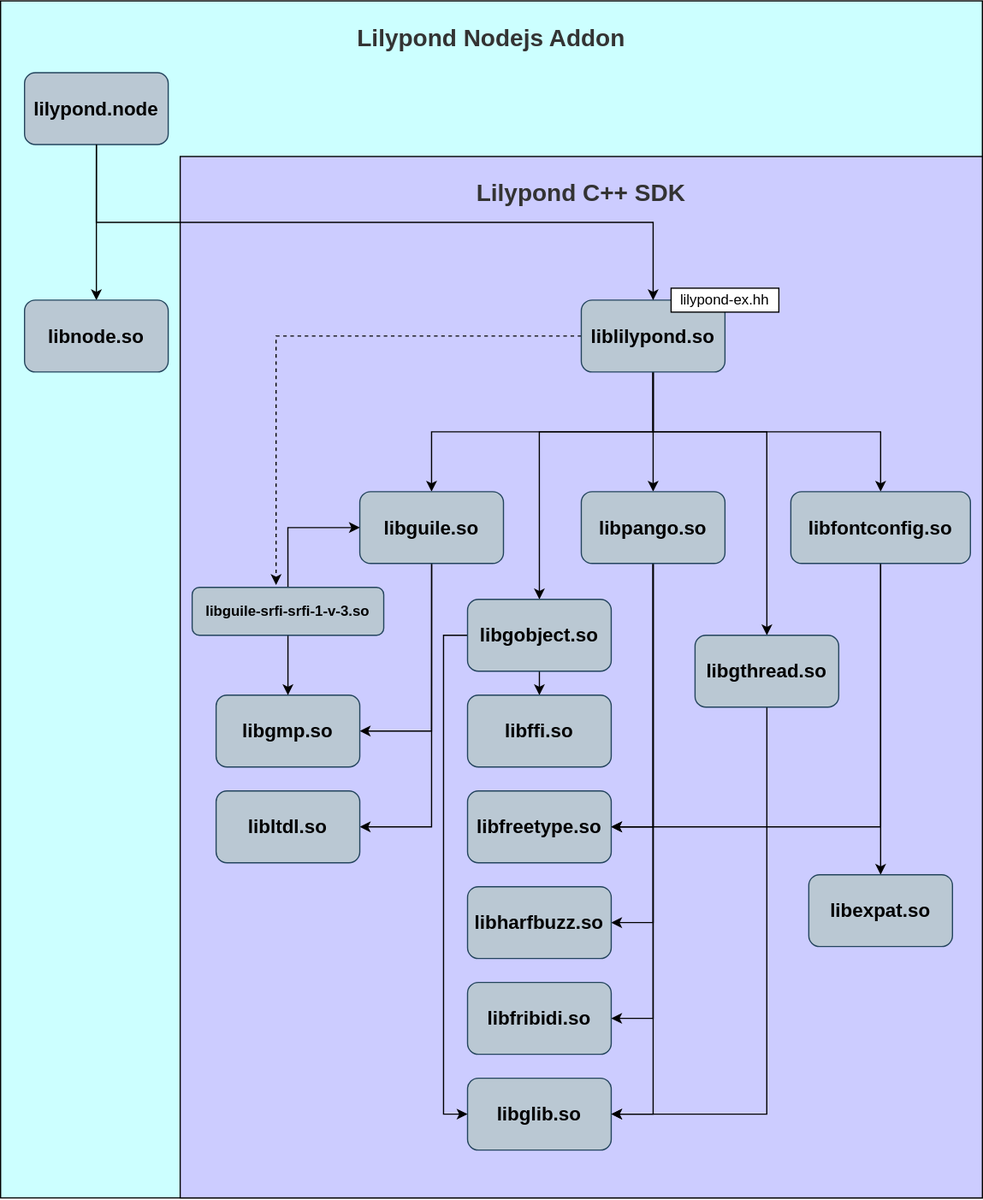
yifan-guo/lilypond-android keeps this draw.io diagram as readme/android-modules.drawio.svg. Above is the earlier version. Source tidied: cells renumbered, new cells last; positions are measured from the earlier drawing's top-left corner, leaving out a move shared by most shapes. The source it was exported from:
```xml
<mxGraphModel>
  <root>
    <mxCell id="0" />
    <mxCell id="1" parent="0" />
    <mxCell id="2" style="rounded=0;whiteSpace=wrap;html=1;fillColor=#CCFFFF;" parent="1" vertex="1">
      <mxGeometry width="820" height="1000" as="geometry" />
    </mxCell>
    <mxCell id="3" style="rounded=0;whiteSpace=wrap;html=1;fillColor=#CCCCFF;" parent="1" vertex="1">
      <mxGeometry x="150" y="130" width="670" height="870" as="geometry" />
    </mxCell>
    <mxCell id="4" style="edgeStyle=orthogonalEdgeStyle;rounded=0;jettySize=auto;html=1;exitX=0.5;exitY=1;exitDx=0;exitDy=0;entryX=0.5;entryY=0;entryDx=0;entryDy=0;strokeColor=#000000;" parent="1" edge="1" source="5" target="31">
      <mxGeometry relative="1" as="geometry" />
    </mxCell>
    <mxCell id="5" value="&lt;font style=&quot;font-size: 16px&quot;&gt;lilypond.node&lt;/font&gt;" style="rounded=1;whiteSpace=wrap;html=1;fillColor=#bac8d3;strokeColor=#23445d;fontColor=#000000;fontStyle=1;" parent="1" vertex="1">
      <mxGeometry x="20" y="60" width="120" height="60" as="geometry" />
    </mxCell>
    <mxCell id="6" style="edgeStyle=orthogonalEdgeStyle;rounded=0;jettySize=auto;html=1;exitX=0.5;exitY=1;exitDx=0;exitDy=0;strokeColor=#000000;" parent="1" edge="1" source="12" target="15">
      <mxGeometry relative="1" as="geometry" />
    </mxCell>
    <mxCell id="7" style="edgeStyle=orthogonalEdgeStyle;rounded=0;jettySize=auto;html=1;exitX=0.5;exitY=1;exitDx=0;exitDy=0;entryX=0.5;entryY=0;entryDx=0;entryDy=0;strokeColor=#000000;" parent="1" edge="1" source="12" target="20">
      <mxGeometry relative="1" as="geometry" />
    </mxCell>
    <mxCell id="8" style="edgeStyle=orthogonalEdgeStyle;rounded=0;jettySize=auto;html=1;exitX=0.5;exitY=1;exitDx=0;exitDy=0;entryX=0.5;entryY=0;entryDx=0;entryDy=0;strokeColor=#000000;" parent="1" edge="1" source="12" target="29">
      <mxGeometry relative="1" as="geometry" />
    </mxCell>
    <mxCell id="9" style="edgeStyle=orthogonalEdgeStyle;rounded=0;jettySize=auto;html=1;exitX=0.5;exitY=1;exitDx=0;exitDy=0;entryX=0.5;entryY=0;entryDx=0;entryDy=0;strokeColor=#000000;" parent="1" edge="1" source="12" target="34">
      <mxGeometry relative="1" as="geometry">
        <Array as="points">
          <mxPoint x="545" y="360" />
          <mxPoint x="450" y="360" />
        </Array>
      </mxGeometry>
    </mxCell>
    <mxCell id="10" style="edgeStyle=orthogonalEdgeStyle;rounded=0;jettySize=auto;html=1;exitX=0;exitY=0.5;exitDx=0;exitDy=0;entryX=0.438;entryY=-0.05;entryDx=0;entryDy=0;jumpStyle=none;dashed=1;strokeOpacity=100;entryPerimeter=0;strokeColor=#000000;" parent="1" edge="1" source="12" target="38">
      <mxGeometry relative="1" as="geometry" />
    </mxCell>
    <mxCell id="11" style="edgeStyle=orthogonalEdgeStyle;rounded=0;jumpStyle=none;jettySize=auto;html=1;exitX=0.5;exitY=1;exitDx=0;exitDy=0;entryX=0.5;entryY=0;entryDx=0;entryDy=0;strokeColor=#000000;" parent="1" edge="1" source="12" target="40">
      <mxGeometry relative="1" as="geometry">
        <Array as="points">
          <mxPoint x="545" y="360" />
          <mxPoint x="640" y="360" />
        </Array>
      </mxGeometry>
    </mxCell>
    <mxCell id="12" value="&lt;font style=&quot;font-size: 16px&quot;&gt;liblilypond.so&lt;br&gt;&lt;/font&gt;" style="rounded=1;whiteSpace=wrap;html=1;fillColor=#bac8d3;strokeColor=#23445d;fontColor=#000000;fontStyle=1;" parent="1" vertex="1">
      <mxGeometry x="485" y="250" width="120" height="60" as="geometry" />
    </mxCell>
    <mxCell id="13" style="edgeStyle=orthogonalEdgeStyle;rounded=0;jettySize=auto;html=1;exitX=0.5;exitY=1;exitDx=0;exitDy=0;entryX=1;entryY=0.5;entryDx=0;entryDy=0;strokeColor=#000000;" parent="1" edge="1" source="15" target="22">
      <mxGeometry relative="1" as="geometry" />
    </mxCell>
    <mxCell id="14" style="edgeStyle=orthogonalEdgeStyle;rounded=0;jettySize=auto;html=1;exitX=0.5;exitY=1;exitDx=0;exitDy=0;entryX=1;entryY=0.5;entryDx=0;entryDy=0;strokeColor=#000000;" parent="1" edge="1" source="15" target="23">
      <mxGeometry relative="1" as="geometry" />
    </mxCell>
    <mxCell id="15" value="&lt;font style=&quot;font-size: 16px&quot;&gt;libguile.so&lt;br&gt;&lt;/font&gt;" style="rounded=1;whiteSpace=wrap;html=1;fillColor=#bac8d3;strokeColor=#23445d;fontColor=#000000;fontStyle=1;" parent="1" vertex="1">
      <mxGeometry x="300" y="410" width="120" height="60" as="geometry" />
    </mxCell>
    <mxCell id="16" style="edgeStyle=orthogonalEdgeStyle;rounded=0;jettySize=auto;html=1;exitX=0.5;exitY=1;exitDx=0;exitDy=0;entryX=1;entryY=0.5;entryDx=0;entryDy=0;" parent="1" edge="1" source="20" target="24">
      <mxGeometry relative="1" as="geometry" />
    </mxCell>
    <mxCell id="17" style="edgeStyle=orthogonalEdgeStyle;rounded=0;jettySize=auto;html=1;exitX=0.5;exitY=1;exitDx=0;exitDy=0;entryX=1;entryY=0.5;entryDx=0;entryDy=0;strokeColor=#000000;" parent="1" edge="1" source="20" target="25">
      <mxGeometry relative="1" as="geometry" />
    </mxCell>
    <mxCell id="18" style="edgeStyle=orthogonalEdgeStyle;rounded=0;jettySize=auto;html=1;exitX=0.5;exitY=1;exitDx=0;exitDy=0;entryX=1;entryY=0.5;entryDx=0;entryDy=0;strokeColor=#000000;" parent="1" edge="1" source="20" target="26">
      <mxGeometry relative="1" as="geometry" />
    </mxCell>
    <mxCell id="19" style="edgeStyle=orthogonalEdgeStyle;rounded=0;jettySize=auto;html=1;exitX=0.5;exitY=1;exitDx=0;exitDy=0;entryX=1;entryY=0.5;entryDx=0;entryDy=0;strokeColor=#000000;" parent="1" edge="1" source="20" target="21">
      <mxGeometry relative="1" as="geometry" />
    </mxCell>
    <mxCell id="20" value="&lt;font style=&quot;font-size: 16px&quot;&gt;libpango.so&lt;br&gt;&lt;/font&gt;" style="rounded=1;whiteSpace=wrap;html=1;fillColor=#bac8d3;strokeColor=#23445d;fontColor=#000000;fontStyle=1;" parent="1" vertex="1">
      <mxGeometry x="485" y="410" width="120" height="60" as="geometry" />
    </mxCell>
    <mxCell id="21" value="&lt;font style=&quot;font-size: 16px&quot;&gt;libglib.so&lt;br&gt;&lt;/font&gt;" style="rounded=1;whiteSpace=wrap;html=1;fillColor=#bac8d3;strokeColor=#23445d;fontColor=#000000;fontStyle=1;" parent="1" vertex="1">
      <mxGeometry x="390" y="900" width="120" height="60" as="geometry" />
    </mxCell>
    <mxCell id="22" value="&lt;font style=&quot;font-size: 16px&quot;&gt;libgmp.so&lt;br&gt;&lt;/font&gt;" style="rounded=1;whiteSpace=wrap;html=1;fillColor=#bac8d3;strokeColor=#23445d;fontColor=#000000;fontStyle=1;" parent="1" vertex="1">
      <mxGeometry x="180" y="580" width="120" height="60" as="geometry" />
    </mxCell>
    <mxCell id="23" value="&lt;font style=&quot;font-size: 16px&quot;&gt;libltdl.so&lt;br&gt;&lt;/font&gt;" style="rounded=1;whiteSpace=wrap;html=1;fillColor=#bac8d3;strokeColor=#23445d;fontColor=#000000;fontStyle=1;" parent="1" vertex="1">
      <mxGeometry x="180" y="660" width="120" height="60" as="geometry" />
    </mxCell>
    <mxCell id="24" value="&lt;font style=&quot;font-size: 16px&quot;&gt;libfreetype.so&lt;br&gt;&lt;/font&gt;" style="rounded=1;whiteSpace=wrap;html=1;fillColor=#bac8d3;strokeColor=#23445d;fontColor=#000000;fontStyle=1;" parent="1" vertex="1">
      <mxGeometry x="390" y="660" width="120" height="60" as="geometry" />
    </mxCell>
    <mxCell id="25" value="&lt;font style=&quot;font-size: 16px&quot;&gt;libharfbuzz.so&lt;br&gt;&lt;/font&gt;" style="rounded=1;whiteSpace=wrap;html=1;fillColor=#bac8d3;strokeColor=#23445d;fontColor=#000000;fontStyle=1;" parent="1" vertex="1">
      <mxGeometry x="390" y="740" width="120" height="60" as="geometry" />
    </mxCell>
    <mxCell id="26" value="&lt;font style=&quot;font-size: 16px&quot;&gt;libfribidi.so&lt;br&gt;&lt;/font&gt;" style="rounded=1;whiteSpace=wrap;html=1;fillColor=#bac8d3;strokeColor=#23445d;fontColor=#000000;fontStyle=1;" parent="1" vertex="1">
      <mxGeometry x="390" y="820" width="120" height="60" as="geometry" />
    </mxCell>
    <mxCell id="27" style="edgeStyle=orthogonalEdgeStyle;rounded=0;jettySize=auto;html=1;exitX=0.5;exitY=1;exitDx=0;exitDy=0;entryX=0.5;entryY=0;entryDx=0;entryDy=0;strokeColor=#000000;" parent="1" edge="1" source="29" target="30">
      <mxGeometry relative="1" as="geometry" />
    </mxCell>
    <mxCell id="28" style="edgeStyle=orthogonalEdgeStyle;rounded=0;jettySize=auto;html=1;exitX=0.5;exitY=1;exitDx=0;exitDy=0;entryX=1;entryY=0.5;entryDx=0;entryDy=0;strokeColor=#000000;" parent="1" edge="1" source="29" target="24">
      <mxGeometry relative="1" as="geometry" />
    </mxCell>
    <mxCell id="29" value="&lt;font style=&quot;font-size: 16px&quot;&gt;libfontconfig.so&lt;br&gt;&lt;/font&gt;" style="rounded=1;whiteSpace=wrap;html=1;fillColor=#bac8d3;strokeColor=#23445d;fontColor=#000000;fontStyle=1;" parent="1" vertex="1">
      <mxGeometry x="660" y="410" width="150" height="60" as="geometry" />
    </mxCell>
    <mxCell id="30" value="&lt;font style=&quot;font-size: 16px&quot;&gt;libexpat.so&lt;br&gt;&lt;/font&gt;" style="rounded=1;whiteSpace=wrap;html=1;fillColor=#bac8d3;strokeColor=#23445d;fontColor=#000000;fontStyle=1;" parent="1" vertex="1">
      <mxGeometry x="675" y="730" width="120" height="60" as="geometry" />
    </mxCell>
    <mxCell id="31" value="&lt;font style=&quot;font-size: 16px&quot;&gt;libnode.so&lt;/font&gt;" style="rounded=1;whiteSpace=wrap;html=1;fillColor=#bac8d3;strokeColor=#23445d;fontColor=#000000;fontStyle=1;" parent="1" vertex="1">
      <mxGeometry x="20" y="250" width="120" height="60" as="geometry" />
    </mxCell>
    <mxCell id="32" style="edgeStyle=orthogonalEdgeStyle;rounded=0;jettySize=auto;html=1;exitX=0;exitY=0.5;exitDx=0;exitDy=0;entryX=0;entryY=0.5;entryDx=0;entryDy=0;strokeColor=#000000;" parent="1" edge="1" source="34" target="21">
      <mxGeometry relative="1" as="geometry" />
    </mxCell>
    <mxCell id="33" style="edgeStyle=orthogonalEdgeStyle;rounded=0;jumpStyle=none;jettySize=auto;html=1;exitX=0.5;exitY=1;exitDx=0;exitDy=0;entryX=0.5;entryY=0;entryDx=0;entryDy=0;strokeColor=#000000;" parent="1" edge="1" source="34" target="35">
      <mxGeometry relative="1" as="geometry" />
    </mxCell>
    <mxCell id="34" value="&lt;font style=&quot;font-size: 16px&quot;&gt;libgobject.so&lt;br&gt;&lt;/font&gt;" style="rounded=1;whiteSpace=wrap;html=1;fillColor=#bac8d3;strokeColor=#23445d;fontColor=#000000;fontStyle=1;" parent="1" vertex="1">
      <mxGeometry x="390" y="500" width="120" height="60" as="geometry" />
    </mxCell>
    <mxCell id="35" value="&lt;font style=&quot;font-size: 16px&quot;&gt;libffi.so&lt;br&gt;&lt;/font&gt;" style="rounded=1;whiteSpace=wrap;html=1;fillColor=#bac8d3;strokeColor=#23445d;fontColor=#000000;fontStyle=1;" parent="1" vertex="1">
      <mxGeometry x="390" y="580" width="120" height="60" as="geometry" />
    </mxCell>
    <mxCell id="36" style="edgeStyle=orthogonalEdgeStyle;rounded=0;jettySize=auto;html=1;exitX=0.5;exitY=0;exitDx=0;exitDy=0;entryX=0;entryY=0.5;entryDx=0;entryDy=0;strokeColor=#000000;" parent="1" edge="1" source="38" target="15">
      <mxGeometry relative="1" as="geometry" />
    </mxCell>
    <mxCell id="37" style="edgeStyle=orthogonalEdgeStyle;rounded=0;jumpStyle=none;jettySize=auto;html=1;exitX=0.5;exitY=1;exitDx=0;exitDy=0;entryX=0.5;entryY=0;entryDx=0;entryDy=0;strokeColor=#000000;" parent="1" edge="1" source="38" target="22">
      <mxGeometry relative="1" as="geometry" />
    </mxCell>
    <mxCell id="38" value="&lt;font&gt;&lt;font style=&quot;font-size: 12px&quot;&gt;libguile-srfi-srfi-1-v-3.so&lt;/font&gt;&lt;br&gt;&lt;/font&gt;" style="rounded=1;whiteSpace=wrap;html=1;fillColor=#bac8d3;strokeColor=#23445d;fontColor=#000000;fontStyle=1;" parent="1" vertex="1">
      <mxGeometry x="160" y="490" width="160" height="40" as="geometry" />
    </mxCell>
    <mxCell id="39" style="edgeStyle=orthogonalEdgeStyle;rounded=0;jumpStyle=none;jettySize=auto;html=1;exitX=0.5;exitY=1;exitDx=0;exitDy=0;entryX=1;entryY=0.5;entryDx=0;entryDy=0;strokeColor=#000000;" parent="1" edge="1" source="40" target="21">
      <mxGeometry relative="1" as="geometry" />
    </mxCell>
    <mxCell id="40" value="&lt;font style=&quot;font-size: 16px&quot;&gt;libgthread.so&lt;br&gt;&lt;/font&gt;" style="rounded=1;whiteSpace=wrap;html=1;fillColor=#bac8d3;strokeColor=#23445d;fontColor=#000000;fontStyle=1;" parent="1" vertex="1">
      <mxGeometry x="580" y="530" width="120" height="60" as="geometry" />
    </mxCell>
    <mxCell id="41" value="&lt;font color=&quot;#000000&quot;&gt;lilypond-ex.hh&lt;/font&gt;" style="rounded=0;whiteSpace=wrap;html=1;fillColor=#FFFFFF;" parent="1" vertex="1">
      <mxGeometry x="560" y="240" width="90" height="20" as="geometry" />
    </mxCell>
    <mxCell id="42" style="edgeStyle=orthogonalEdgeStyle;rounded=0;jettySize=auto;html=1;exitX=0.5;exitY=1;exitDx=0;exitDy=0;strokeColor=#000000;" parent="1" edge="1" source="5">
      <mxGeometry relative="1" as="geometry">
        <mxPoint x="545" y="250" as="targetPoint" />
      </mxGeometry>
    </mxCell>
    <mxCell id="43" value="&lt;h4&gt;&lt;font style=&quot;font-size: 20px&quot; color=&quot;#333333&quot;&gt;&lt;b&gt;Lilypond C++ SDK&lt;/b&gt;&lt;/font&gt;&lt;/h4&gt;" style="text;html=1;strokeColor=none;fillColor=none;align=center;verticalAlign=middle;whiteSpace=wrap;rounded=0;" parent="1" vertex="1">
      <mxGeometry x="150" y="140" width="670" height="40" as="geometry" />
    </mxCell>
    <mxCell id="44" value="&lt;h4&gt;&lt;font style=&quot;font-size: 20px&quot; color=&quot;#333333&quot;&gt;&lt;b&gt;Lilypond Nodejs Addon&lt;/b&gt;&lt;/font&gt;&lt;/h4&gt;" style="text;html=1;strokeColor=none;fillColor=none;align=center;verticalAlign=middle;whiteSpace=wrap;rounded=0;" parent="1" vertex="1">
      <mxGeometry y="10" width="820" height="40" as="geometry" />
    </mxCell>
  </root>
</mxGraphModel>
```
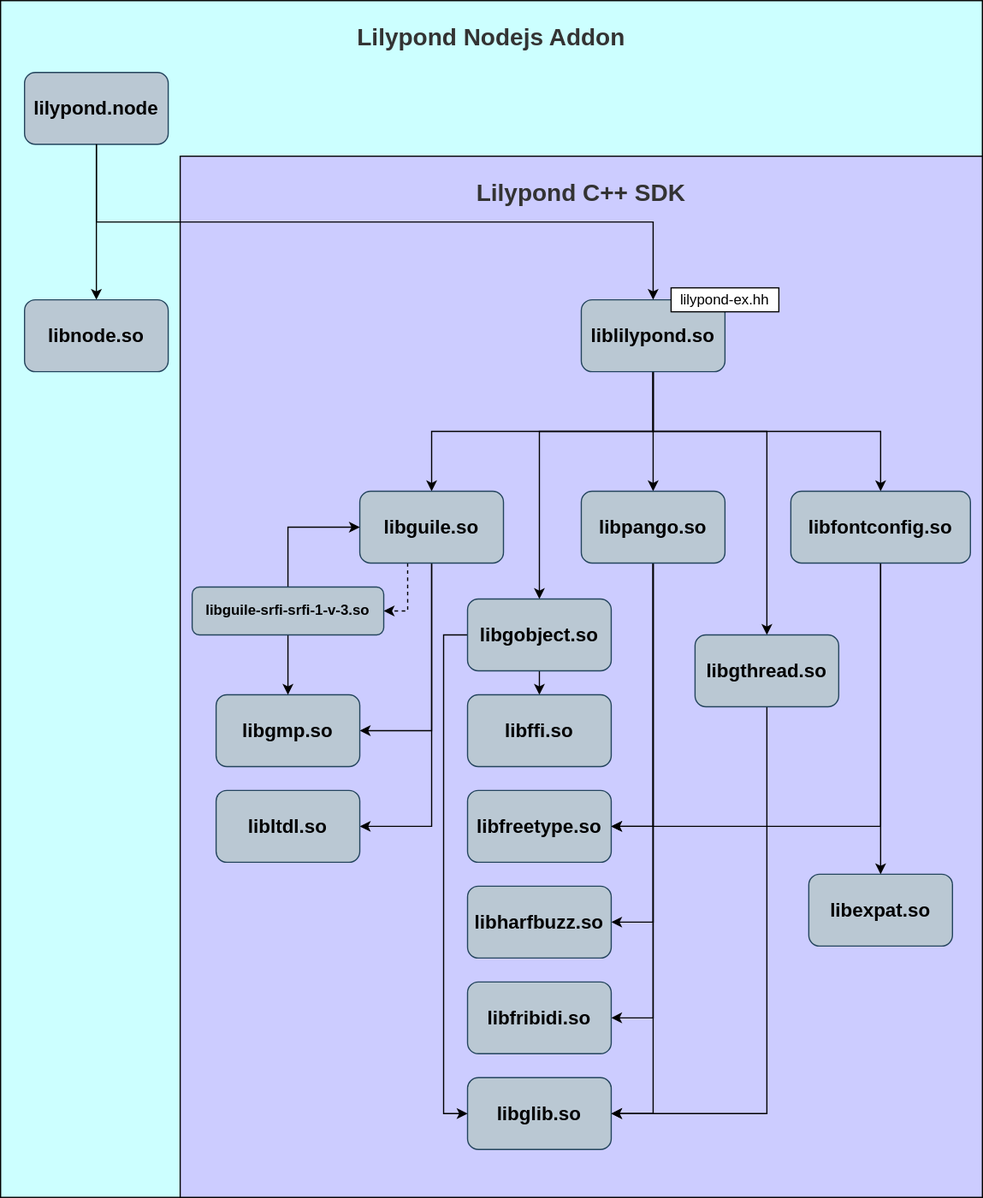
Above is the later version.

Diff of the diagram source:
```diff
@@ -31,7 +31,7 @@
         </Array>
       </mxGeometry>
     </mxCell>
-    <mxCell id="10" style="edgeStyle=orthogonalEdgeStyle;rounded=0;jettySize=auto;html=1;exitX=0;exitY=0.5;exitDx=0;exitDy=0;entryX=0.438;entryY=-0.05;entryDx=0;entryDy=0;jumpStyle=none;dashed=1;strokeOpacity=100;entryPerimeter=0;strokeColor=#000000;" parent="1" edge="1" source="12" target="38">
+    <mxCell id="10" style="edgeStyle=orthogonalEdgeStyle;rounded=0;jettySize=auto;html=1;exitX=0.333;exitY=1;exitDx=0;exitDy=0;entryX=1;entryY=0.5;entryDx=0;entryDy=0;jumpStyle=none;dashed=1;strokeOpacity=100;strokeColor=#000000;exitPerimeter=0;" parent="1" edge="1" source="15" target="38">
       <mxGeometry relative="1" as="geometry" />
     </mxCell>
     <mxCell id="11" style="edgeStyle=orthogonalEdgeStyle;rounded=0;jumpStyle=none;jettySize=auto;html=1;exitX=0.5;exitY=1;exitDx=0;exitDy=0;entryX=0.5;entryY=0;entryDx=0;entryDy=0;strokeColor=#000000;" parent="1" edge="1" source="12" target="40">
```
